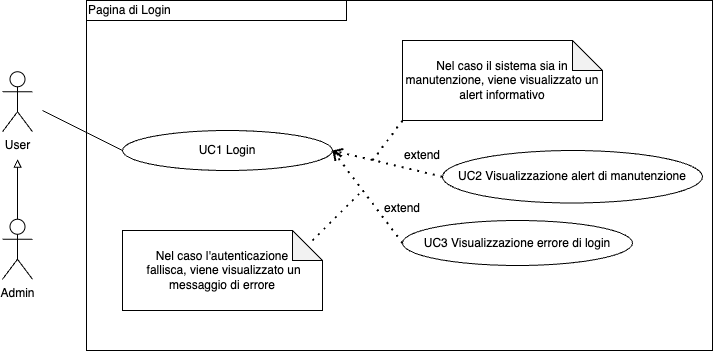
The draw.io diagram imgs/Uml/UC1.png in ShameIRL/farmacode, before a commit. Source tidied: cells renumbered, new cells last; positions are measured from the earlier drawing's top-left corner, leaving out a move shared by most shapes.
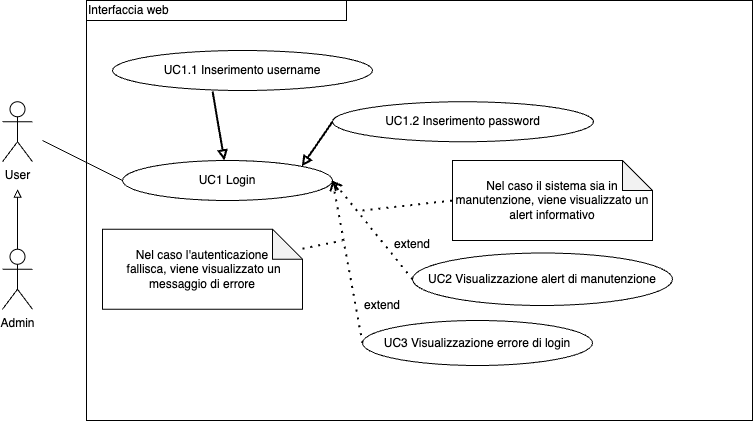
Later version of the same file.

Change to the diagram source:
```diff
@@ -9,7 +9,7 @@
       <mxGeometry x="120" y="130" width="210" height="40" as="geometry" />
     </mxCell>
     <mxCell id="4" value="UC3 Visualizzazione errore di login" style="ellipse;whiteSpace=wrap;html=1;" parent="1" vertex="1">
-      <mxGeometry x="400" y="220" width="230" height="45" as="geometry" />
+      <mxGeometry x="360" y="290" width="230" height="45" as="geometry" />
     </mxCell>
     <mxCell id="5" style="endArrow=none;html=1;rounded=0;" parent="1" edge="1">
       <mxGeometry relative="1" as="geometry">
@@ -21,16 +21,15 @@
       <mxGeometry relative="1" as="geometry" />
     </mxCell>
     <mxCell id="7" value="extend" style="text;html=1;strokeColor=none;fillColor=none;align=center;verticalAlign=middle;whiteSpace=wrap;rounded=0;" parent="1" vertex="1">
-      <mxGeometry x="370" y="192.5" width="60" height="30" as="geometry" />
+      <mxGeometry x="350" y="260" width="60" height="30" as="geometry" />
     </mxCell>
-    <mxCell id="8" style="endArrow=none;dashed=1;html=1;dashPattern=1 3;strokeWidth=2;rounded=0;" parent="1" edge="1">
+    <mxCell id="8" style="endArrow=none;dashed=1;html=1;dashPattern=1 3;strokeWidth=2;rounded=0;" parent="1" edge="1" source="9">
       <mxGeometry relative="1" as="geometry">
-        <mxPoint x="310" y="240" as="sourcePoint" />
-        <mxPoint x="360" y="190" as="targetPoint" />
+        <mxPoint x="340" y="210" as="targetPoint" />
       </mxGeometry>
     </mxCell>
     <mxCell id="9" value="Nel caso l'autenticazione&lt;br&gt;&amp;nbsp;fallisca, viene visualizzato un messaggio di errore" style="shape=note;whiteSpace=wrap;html=1;backgroundOutline=1;darkOpacity=0.05;" parent="1" vertex="1">
-      <mxGeometry x="120" y="230" width="200" height="80" as="geometry" />
+      <mxGeometry x="100" y="198.8" width="200" height="80" as="geometry" />
     </mxCell>
     <mxCell id="10" style="edgeStyle=orthogonalEdgeStyle;rounded=0;jettySize=auto;html=1;exitX=0.5;exitY=0;exitDx=0;exitDy=0;exitPerimeter=0;endArrow=block;endFill=0;" parent="1" edge="1" source="11">
       <mxGeometry relative="1" as="geometry">
@@ -40,17 +39,14 @@
     <mxCell id="11" value="Admin" style="shape=umlActor;verticalLabelPosition=bottom;verticalAlign=top;html=1;outlineConnect=0;" parent="1" vertex="1">
       <mxGeometry y="218.8" width="30" height="60" as="geometry" />
     </mxCell>
-    <mxCell id="12" style="rounded=0;whiteSpace=wrap;html=1;fillColor=none;" parent="1" vertex="1">
-      <mxGeometry x="84" width="626" height="350" as="geometry" />
-    </mxCell>
-    <mxCell id="13" value="&lt;div style=&quot;&quot;&gt;&lt;span style=&quot;background-color: initial;&quot;&gt;Pagina di Login&lt;/span&gt;&lt;/div&gt;" style="rounded=0;whiteSpace=wrap;html=1;fillColor=none;align=left;" parent="1" vertex="1">
-      <mxGeometry x="84" width="260" height="20" as="geometry" />
+    <mxCell id="13" value="&lt;div style=&quot;&quot;&gt;&lt;span style=&quot;background-color: initial;&quot;&gt;Interfaccia web&lt;/span&gt;&lt;/div&gt;" style="rounded=0;whiteSpace=wrap;html=1;fillColor=none;align=left;" parent="1" vertex="1">
+      <mxGeometry x="84" y="-30" width="260" height="20" as="geometry" />
     </mxCell>
     <mxCell id="14" value="UC2 Visualizzazione alert di manutenzione" style="ellipse;whiteSpace=wrap;html=1;" parent="1" vertex="1">
-      <mxGeometry x="440" y="150" width="260" height="52.5" as="geometry" />
+      <mxGeometry x="410" y="222.5" width="260" height="52.5" as="geometry" />
     </mxCell>
     <mxCell id="15" value="extend" style="text;html=1;strokeColor=none;fillColor=none;align=center;verticalAlign=middle;whiteSpace=wrap;rounded=0;" parent="1" vertex="1">
-      <mxGeometry x="390" y="140" width="60" height="30" as="geometry" />
+      <mxGeometry x="380" y="198.8" width="60" height="30" as="geometry" />
     </mxCell>
     <mxCell id="16" style="endArrow=open;dashed=1;html=1;dashPattern=1 3;strokeWidth=2;rounded=0;exitX=0;exitY=0.5;exitDx=0;exitDy=0;" parent="1" edge="1" source="14">
       <mxGeometry relative="1" as="geometry">
@@ -58,12 +54,27 @@
       </mxGeometry>
     </mxCell>
     <mxCell id="17" value="Nel caso il sistema sia in manutenzione, viene visualizzato un alert informativo" style="shape=note;whiteSpace=wrap;html=1;backgroundOutline=1;darkOpacity=0.05;" parent="1" vertex="1">
-      <mxGeometry x="400" y="40" width="200" height="80" as="geometry" />
+      <mxGeometry x="450" y="130" width="200" height="80" as="geometry" />
     </mxCell>
-    <mxCell id="18" style="endArrow=none;dashed=1;html=1;dashPattern=1 3;strokeWidth=2;rounded=0;entryX=0;entryY=1;entryDx=0;entryDy=0;entryPerimeter=0;" parent="1" edge="1" target="17">
+    <mxCell id="18" style="endArrow=none;dashed=1;html=1;dashPattern=1 3;strokeWidth=2;rounded=0;entryX=0;entryY=0.5;entryDx=0;entryDy=0;entryPerimeter=0;" parent="1" edge="1" target="17">
       <mxGeometry relative="1" as="geometry">
-        <mxPoint x="370" y="160" as="sourcePoint" />
+        <mxPoint x="360" y="180" as="sourcePoint" />
       </mxGeometry>
     </mxCell>
+    <mxCell id="19" value="UC1.2 Inserimento password" style="ellipse;whiteSpace=wrap;html=1;" parent="1" vertex="1">
+      <mxGeometry x="330" y="71.2" width="261" height="40" as="geometry" />
+    </mxCell>
+    <mxCell id="20" value="UC1.1 Inserimento username" style="ellipse;whiteSpace=wrap;html=1;" parent="1" vertex="1">
+      <mxGeometry x="110" y="20" width="260" height="40" as="geometry" />
+    </mxCell>
+    <mxCell id="21" style="endArrow=block;html=1;strokeWidth=2;rounded=0;exitX=0.385;exitY=1.025;exitDx=0;exitDy=0;exitPerimeter=0;startArrow=none;startFill=0;endFill=0;" parent="1" edge="1" source="20" target="3">
+      <mxGeometry relative="1" as="geometry" />
+    </mxCell>
+    <mxCell id="22" style="endArrow=block;html=1;strokeWidth=2;rounded=0;exitX=0;exitY=0.5;exitDx=0;exitDy=0;startArrow=none;startFill=0;endFill=0;entryX=1;entryY=0;entryDx=0;entryDy=0;" parent="1" edge="1" source="19" target="3">
+      <mxGeometry relative="1" as="geometry" />
+    </mxCell>
+    <mxCell id="23" style="rounded=0;whiteSpace=wrap;html=1;fillColor=none;" parent="1" vertex="1">
+      <mxGeometry x="84" y="-30" width="666" height="420" as="geometry" />
+    </mxCell>
   </root>
 </mxGraphModel>
```
